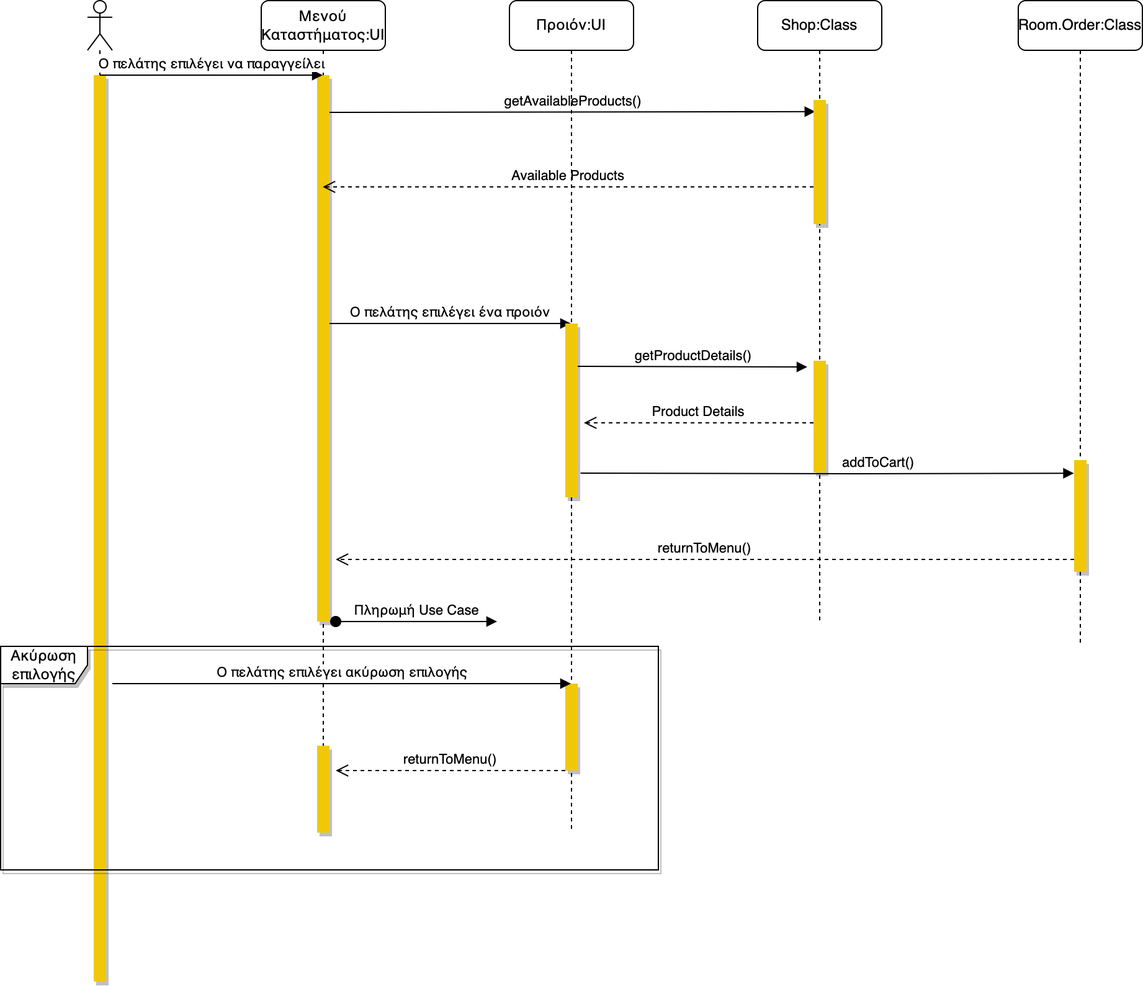
Before: docs/final/nomnomr/Media/Sequence Diagrams/4.Παραγγελία.drawio.png, a diagram exported from draw.io (iloudaros/nomnomr). Source tidied: cells renumbered, new cells last; positions are measured from the earlier drawing's top-left corner, leaving out a move shared by most shapes.
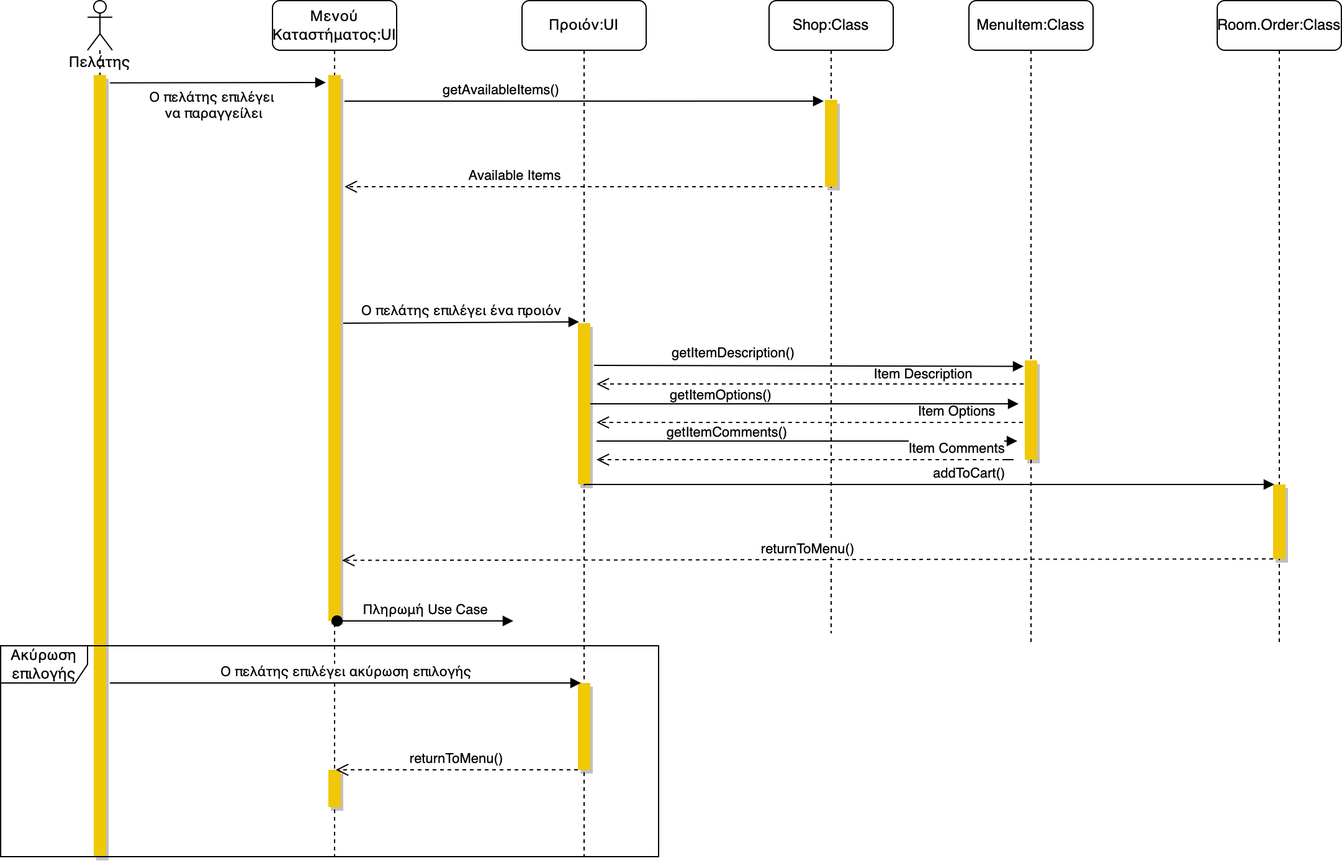
Later version of the same file.

Change to the diagram source:
```diff
@@ -2,109 +2,142 @@
   <root>
     <mxCell id="0" />
     <mxCell id="1" parent="0" />
+    <mxCell id="14" value="Item Description" style="html=1;verticalAlign=bottom;endArrow=open;dashed=1;endSize=8;rounded=0;edgeStyle=orthogonalEdgeStyle;" parent="1" edge="1">
+      <mxGeometry x="-0.51" y="1" relative="1" as="geometry">
+        <mxPoint x="830" y="309" as="sourcePoint" />
+        <mxPoint x="480" y="309" as="targetPoint" />
+      </mxGeometry>
+    </mxCell>
-    <mxCell id="2" style="shape=umlLifeline;participant=umlActor;perimeter=lifelinePerimeter;whiteSpace=wrap;html=1;verticalAlign=top;spacingTop=36;" parent="1" vertex="1">
-      <mxGeometry x="70" width="20" height="790" as="geometry" />
+    <mxCell id="2" value="Πελάτης" style="shape=umlLifeline;participant=umlActor;perimeter=lifelinePerimeter;whiteSpace=wrap;html=1;verticalAlign=top;spacingTop=36;" parent="1" vertex="1">
+      <mxGeometry x="70" width="20" height="690" as="geometry" />
     </mxCell>
     <mxCell id="3" style="html=1;perimeter=orthogonalPerimeter;rounded=0;fillColor=#F0C808;strokeColor=none;shadow=1;" parent="2" vertex="1">
-      <mxGeometry x="5" y="60" width="10" height="730" as="geometry" />
+      <mxGeometry x="5" y="60" width="10" height="630" as="geometry" />
     </mxCell>
     <mxCell id="4" value="Μενού Καταστήματος:UI" style="shape=umlLifeline;perimeter=lifelinePerimeter;whiteSpace=wrap;html=1;outlineConnect=0;rounded=1;" parent="1" vertex="1">
-      <mxGeometry x="210" width="100" height="670" as="geometry" />
+      <mxGeometry x="219" width="100" height="690" as="geometry" />
     </mxCell>
-    <mxCell id="5" value="Ο πελάτης επιλέγει ένα προιόν" style="html=1;verticalAlign=bottom;endArrow=block;rounded=0;" parent="4" edge="1" target="15">
+    <mxCell id="5" value="Ο πελάτης επιλέγει ένα προιόν" style="html=1;verticalAlign=bottom;endArrow=block;rounded=0;entryX=-0.1;entryY=-0.008;entryDx=0;entryDy=0;entryPerimeter=0;" parent="4" edge="1">
       <mxGeometry relative="1" as="geometry">
-        <mxPoint x="55" y="260" as="sourcePoint" />
+        <mxPoint x="57" y="260" as="sourcePoint" />
+        <mxPoint x="247" y="259" as="targetPoint" />
       </mxGeometry>
     </mxCell>
     <mxCell id="6" style="html=1;points=[];perimeter=orthogonalPerimeter;rounded=0;fillColor=#F0C808;strokeColor=none;shadow=1;" parent="4" vertex="1">
       <mxGeometry x="45" y="60" width="10" height="440" as="geometry" />
     </mxCell>
-    <mxCell id="7" value="getAvailableProducts()" style="html=1;verticalAlign=bottom;endArrow=block;rounded=0;entryX=0.14;entryY=0.094;entryDx=0;entryDy=0;entryPerimeter=0;" parent="4" edge="1" target="11">
-      <mxGeometry relative="1" as="geometry">
-        <mxPoint x="55" y="90" as="sourcePoint" />
+    <mxCell id="7" value="getAvailableItems()" style="html=1;verticalAlign=bottom;endArrow=block;rounded=0;entryX=-0.1;entryY=0.014;entryDx=0;entryDy=0;entryPerimeter=0;" parent="4" edge="1" target="11">
+      <mxGeometry x="-0.35" relative="1" as="geometry">
+        <mxPoint x="58" y="81" as="sourcePoint" />
       </mxGeometry>
     </mxCell>
-    <mxCell id="8" value="Πληρωμή Use Case" style="html=1;verticalAlign=bottom;startArrow=oval;startFill=1;endArrow=block;startSize=8;rounded=0;" parent="4" edge="1">
+    <mxCell id="8" value="Πληρωμή Use Case" style="html=1;verticalAlign=bottom;startArrow=oval;startFill=1;endArrow=block;startSize=8;rounded=0;exitX=0.3;exitY=1;exitDx=0;exitDy=0;exitPerimeter=0;" parent="4" edge="1">
       <mxGeometry relative="1" as="geometry">
-        <mxPoint x="60" y="500" as="sourcePoint" />
-        <mxPoint x="190" y="500" as="targetPoint" />
+        <mxPoint x="52" y="500" as="sourcePoint" />
+        <mxPoint x="194" y="500" as="targetPoint" />
       </mxGeometry>
     </mxCell>
     <mxCell id="9" style="html=1;perimeter=orthogonalPerimeter;rounded=0;fillColor=#F0C808;strokeColor=none;shadow=1;" parent="4" vertex="1">
-      <mxGeometry x="45" y="600" width="10" height="70" as="geometry" />
+      <mxGeometry x="45" y="620" width="10" height="30" as="geometry" />
     </mxCell>
     <mxCell id="10" value="Shop:Class" style="shape=umlLifeline;perimeter=lifelinePerimeter;whiteSpace=wrap;html=1;rounded=1;" parent="1" vertex="1">
-      <mxGeometry x="610" width="100" height="500" as="geometry" />
+      <mxGeometry x="619" width="100" height="510" as="geometry" />
     </mxCell>
     <mxCell id="11" style="html=1;points=[];perimeter=orthogonalPerimeter;rounded=0;fillColor=#F0C808;strokeColor=none;shadow=1;" parent="10" vertex="1">
-      <mxGeometry x="45" y="80" width="10" height="100" as="geometry" />
+      <mxGeometry x="45" y="80" width="10" height="70" as="geometry" />
     </mxCell>
-    <mxCell id="12" value="Available Products" style="html=1;verticalAlign=bottom;endArrow=open;dashed=1;endSize=8;rounded=0;" parent="10" edge="1" target="4">
-      <mxGeometry relative="1" as="geometry">
-        <mxPoint x="45" y="150" as="sourcePoint" />
+    <mxCell id="12" value="Available Items" style="html=1;verticalAlign=bottom;endArrow=open;dashed=1;endSize=8;rounded=0;" parent="10" edge="1">
+      <mxGeometry x="0.29" relative="1" as="geometry">
+        <mxPoint x="43" y="150" as="sourcePoint" />
+        <mxPoint x="-342" y="150" as="targetPoint" />
       </mxGeometry>
     </mxCell>
-    <mxCell id="13" style="html=1;perimeter=orthogonalPerimeter;rounded=0;fillColor=#F0C808;strokeColor=none;shadow=1;" parent="10" vertex="1">
-      <mxGeometry x="45" y="290" width="10" height="90" as="geometry" />
-    </mxCell>
-    <mxCell id="14" value="Product Details" style="html=1;verticalAlign=bottom;endArrow=open;dashed=1;endSize=8;rounded=0;" parent="10" edge="1">
-      <mxGeometry relative="1" as="geometry">
-        <mxPoint x="45" y="340" as="sourcePoint" />
-        <mxPoint x="-140" y="340" as="targetPoint" />
-      </mxGeometry>
-    </mxCell>
+    <mxCell id="27" value="Item Options" style="html=1;verticalAlign=bottom;endArrow=open;dashed=1;endSize=8;rounded=0;edgeStyle=orthogonalEdgeStyle;exitX=0.06;exitY=0.376;exitDx=0;exitDy=0;exitPerimeter=0;" parent="10" edge="1">
+      <mxGeometry x="-0.63" relative="1" as="geometry">
+        <mxPoint x="206.6" y="349.8" as="sourcePoint" />
+        <mxPoint x="-139" y="340" as="targetPoint" />
+        <Array as="points">
+          <mxPoint x="207" y="340" />
+        </Array>
+      </mxGeometry>
+    </mxCell>
     <mxCell id="15" value="Προιόν:UI" style="shape=umlLifeline;perimeter=lifelinePerimeter;whiteSpace=wrap;html=1;outlineConnect=0;rounded=1;" parent="1" vertex="1">
-      <mxGeometry x="410" width="100" height="670" as="geometry" />
+      <mxGeometry x="420" width="100" height="690" as="geometry" />
     </mxCell>
     <mxCell id="16" style="html=1;points=[];perimeter=orthogonalPerimeter;rounded=0;fillColor=#F0C808;strokeColor=none;shadow=1;" parent="15" vertex="1">
-      <mxGeometry x="45" y="260" width="10" height="140" as="geometry" />
+      <mxGeometry x="45" y="260" width="10" height="130" as="geometry" />
     </mxCell>
-    <mxCell id="17" value="getProductDetails()" style="html=1;verticalAlign=bottom;endArrow=block;rounded=0;" parent="15" edge="1">
-      <mxGeometry relative="1" as="geometry">
-        <mxPoint x="55" y="294.5" as="sourcePoint" />
-        <mxPoint x="240" y="295" as="targetPoint" />
-      </mxGeometry>
-    </mxCell>
     <mxCell id="18" style="html=1;perimeter=orthogonalPerimeter;rounded=0;fillColor=#F0C808;strokeColor=none;shadow=1;" parent="15" vertex="1">
       <mxGeometry x="45" y="550" width="10" height="70" as="geometry" />
     </mxCell>
     <mxCell id="19" value="returnToMenu()" style="html=1;verticalAlign=bottom;endArrow=open;dashed=1;endSize=8;rounded=0;" parent="15" edge="1">
       <mxGeometry relative="1" as="geometry">
         <mxPoint x="45" y="620" as="sourcePoint" />
-        <mxPoint x="-140" y="620" as="targetPoint" />
+        <mxPoint x="-150" y="620" as="targetPoint" />
       </mxGeometry>
     </mxCell>
+    <mxCell id="17" value="getItemDescription()" style="html=1;verticalAlign=bottom;endArrow=block;rounded=0;entryX=-0.1;entryY=0.06;entryDx=0;entryDy=0;entryPerimeter=0;" parent="15" edge="1" target="29">
+      <mxGeometry x="-0.35" y="1" relative="1" as="geometry">
+        <mxPoint x="58" y="294" as="sourcePoint" />
+      </mxGeometry>
+    </mxCell>
     <mxCell id="20" value="Room.Order:Class" style="shape=umlLifeline;perimeter=lifelinePerimeter;whiteSpace=wrap;html=1;rounded=1;" parent="1" vertex="1">
-      <mxGeometry x="820" width="100" height="520" as="geometry" />
+      <mxGeometry x="980" width="100" height="520" as="geometry" />
     </mxCell>
     <mxCell id="21" style="html=1;points=[];perimeter=orthogonalPerimeter;rounded=0;fillColor=#F0C808;strokeColor=none;shadow=1;" parent="20" vertex="1">
-      <mxGeometry x="45" y="370" width="10" height="90" as="geometry" />
+      <mxGeometry x="45" y="390" width="10" height="60" as="geometry" />
     </mxCell>
-    <mxCell id="22" value="returnToMenu()" style="html=1;verticalAlign=bottom;endArrow=open;dashed=1;endSize=8;rounded=0;" parent="20" edge="1">
+    <mxCell id="22" value="returnToMenu()" style="html=1;verticalAlign=bottom;endArrow=open;dashed=1;endSize=8;rounded=0;entryX=1.1;entryY=0.889;entryDx=0;entryDy=0;entryPerimeter=0;" parent="20" edge="1" target="6">
       <mxGeometry relative="1" as="geometry">
         <mxPoint x="45" y="450" as="sourcePoint" />
-        <mxPoint x="-550" y="450" as="targetPoint" />
       </mxGeometry>
     </mxCell>
-    <mxCell id="23" value="Ο πελάτης επιλέγει να παραγγείλει" style="html=1;verticalAlign=bottom;endArrow=block;rounded=0;" parent="1" edge="1" target="4">
-      <mxGeometry relative="1" as="geometry">
-        <mxPoint x="80" y="60" as="sourcePoint" />
+    <mxCell id="23" value="Ο πελάτης επιλέγει&lt;br&gt;&amp;nbsp;να παραγγείλει" style="html=1;verticalAlign=bottom;endArrow=block;rounded=0;exitX=1.1;exitY=0.01;exitDx=0;exitDy=0;exitPerimeter=0;" parent="1" edge="1">
+      <mxGeometry x="-0.06" y="-34" relative="1" as="geometry">
+        <mxPoint x="88" y="66.3" as="sourcePoint" />
+        <mxPoint x="262" y="66" as="targetPoint" />
       </mxGeometry>
     </mxCell>
-    <mxCell id="24" value="addToCart()" style="html=1;verticalAlign=bottom;endArrow=block;rounded=0;exitX=1.22;exitY=0.861;exitDx=0;exitDy=0;exitPerimeter=0;entryX=-0.02;entryY=0.118;entryDx=0;entryDy=0;entryPerimeter=0;" parent="1" edge="1" source="16" target="21">
-      <mxGeometry x="0.21" relative="1" as="geometry">
-        <Array as="points">
-          <mxPoint x="690" y="381" />
-        </Array>
-      </mxGeometry>
+    <mxCell id="24" value="addToCart()" style="html=1;verticalAlign=bottom;endArrow=block;rounded=0;exitX=0.5;exitY=1;exitDx=0;exitDy=0;exitPerimeter=0;entryX=0.1;entryY=0;entryDx=0;entryDy=0;entryPerimeter=0;" parent="1" edge="1" source="16" target="21">
+      <mxGeometry x="0.12" relative="1" as="geometry" />
     </mxCell>
-    <mxCell id="25" value="Ο πελάτης επιλέγει ακύρωση επιλογής" style="html=1;verticalAlign=bottom;endArrow=block;rounded=0;" parent="1" edge="1" target="15">
+    <mxCell id="25" value="Ο πελάτης επιλέγει ακύρωση επιλογής" style="html=1;verticalAlign=bottom;endArrow=block;rounded=0;" parent="1" edge="1">
       <mxGeometry relative="1" as="geometry">
-        <mxPoint x="90" y="550" as="sourcePoint" />
+        <mxPoint x="88" y="550" as="sourcePoint" />
+        <mxPoint x="467.5" y="550" as="targetPoint" />
       </mxGeometry>
     </mxCell>
+    <mxCell id="28" value="MenuItem:Class" style="shape=umlLifeline;perimeter=lifelinePerimeter;whiteSpace=wrap;html=1;rounded=1;" parent="1" vertex="1">
+      <mxGeometry x="780" width="100" height="520" as="geometry" />
+    </mxCell>
+    <mxCell id="29" style="html=1;points=[];perimeter=orthogonalPerimeter;rounded=0;fillColor=#F0C808;strokeColor=none;shadow=1;" parent="28" vertex="1">
+      <mxGeometry x="45" y="290" width="10" height="80" as="geometry" />
+    </mxCell>
-    <mxCell id="26" value="Ακύρωση επιλογής" style="shape=umlFrame;whiteSpace=wrap;html=1;rounded=0;shadow=1;fillColor=#FFFFFF;width=70;height=30;" parent="1" vertex="1">
-      <mxGeometry y="520" width="530" height="180" as="geometry" />
+    <mxCell id="26" value="Ακύρωση επιλογής" style="shape=umlFrame;whiteSpace=wrap;html=1;rounded=0;shadow=0;fillColor=#FFFFFF;width=70;height=30;" parent="1" vertex="1">
+      <mxGeometry y="520" width="530" height="170" as="geometry" />
     </mxCell>
+    <mxCell id="30" style="edgeStyle=orthogonalEdgeStyle;rounded=0;jettySize=auto;html=1;endArrow=block;endFill=1;" parent="1" edge="1" source="16">
+      <mxGeometry relative="1" as="geometry">
+        <mxPoint x="820" y="325" as="targetPoint" />
+      </mxGeometry>
+    </mxCell>
+    <mxCell id="31" value="&lt;font style=&quot;font-size: 11px;&quot;&gt;getItemOptions()&lt;/font&gt;" style="text;html=1;align=center;verticalAlign=middle;strokeColor=none;fillColor=none;" parent="1" vertex="1">
+      <mxGeometry x="530" y="308" width="100" height="20" as="geometry" />
+    </mxCell>
+    <mxCell id="32" value="getItemComments()" style="html=1;verticalAlign=bottom;endArrow=block;rounded=0;" parent="1" edge="1">
+      <mxGeometry x="-0.38" y="-2" relative="1" as="geometry">
+        <mxPoint x="480" y="355" as="sourcePoint" />
+        <mxPoint x="819" y="355" as="targetPoint" />
+      </mxGeometry>
+    </mxCell>
+    <mxCell id="33" value="Item Comments" style="html=1;verticalAlign=bottom;endArrow=open;dashed=1;endSize=8;rounded=0;edgeStyle=orthogonalEdgeStyle;" parent="1" edge="1">
+      <mxGeometry x="-0.7" relative="1" as="geometry">
+        <mxPoint x="810" y="370" as="sourcePoint" />
+        <mxPoint x="480" y="370" as="targetPoint" />
+        <Array as="points">
+          <mxPoint x="816" y="370.2" />
+        </Array>
+      </mxGeometry>
+    </mxCell>
   </root>
 </mxGraphModel>
```
